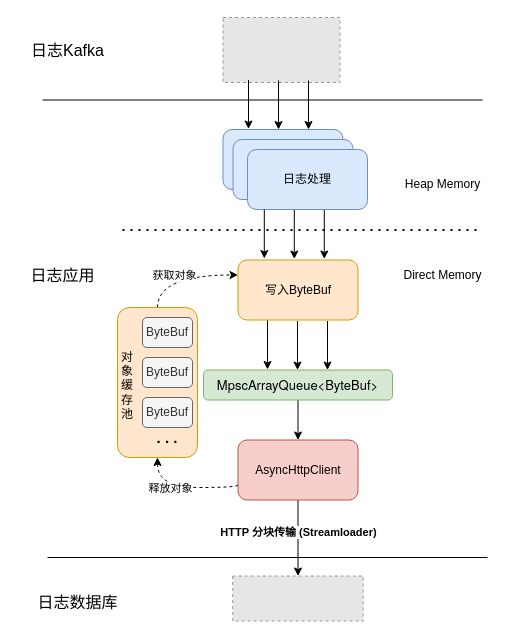
The draw.io diagram page "数据写入方案三" (3 of 3) of Doris接入分享.drawio in maxuewen/draw.io, before the edit. Source tidied: cells renumbered, new cells numbered last; positions are measured from the earlier drawing's top-left corner, leaving out a move shared by most shapes. Both pictures are drawn from the tidied source at 100%, with x=0, y=0 at pixel (17, 17). Pictures stored in the file or linked from it are replaced by grey dashed boxes.
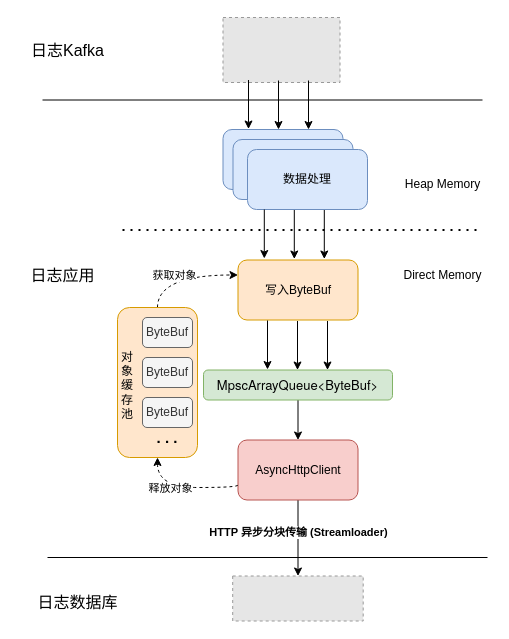
The same diagram, later.

The change refers to these unchanged cells:
```xml
<mxCell id="5" style="edgeStyle=orthogonalEdgeStyle;rounded=0;jettySize=auto;html=1;" parent="1" edge="1" source="7" target="19">
  <mxGeometry relative="1" as="geometry" />
</mxCell>
```

Diff of the diagram source:
```diff
@@
-    <mxCell id="6" value="&lt;b&gt;HTTP 分块传输 (Streamloader)&lt;/b&gt;" style="edgeLabel;html=1;align=center;verticalAlign=middle;" parent="5" vertex="1">
+    <mxCell id="6" value="&lt;b&gt;HTTP 异步分块传输 (Streamloader)&lt;/b&gt;" style="edgeLabel;html=1;align=center;verticalAlign=middle;" parent="5" vertex="1">
       <mxGeometry x="-0.39" y="2" relative="1" as="geometry">
         <mxPoint x="-2" y="9" as="offset" />
       </mxGeometry>
     </mxCell>
@@
-    <mxCell id="10" value="日志处理" style="rounded=1;whiteSpace=wrap;html=1;fillColor=#dae8fc;strokeColor=#6c8ebf;" parent="1" vertex="1">
+    <mxCell id="10" value="数据处理" style="rounded=1;whiteSpace=wrap;html=1;fillColor=#dae8fc;strokeColor=#6c8ebf;" parent="1" vertex="1">
       <mxGeometry x="230" y="132" width="120" height="60" as="geometry" />
     </mxCell>
```
